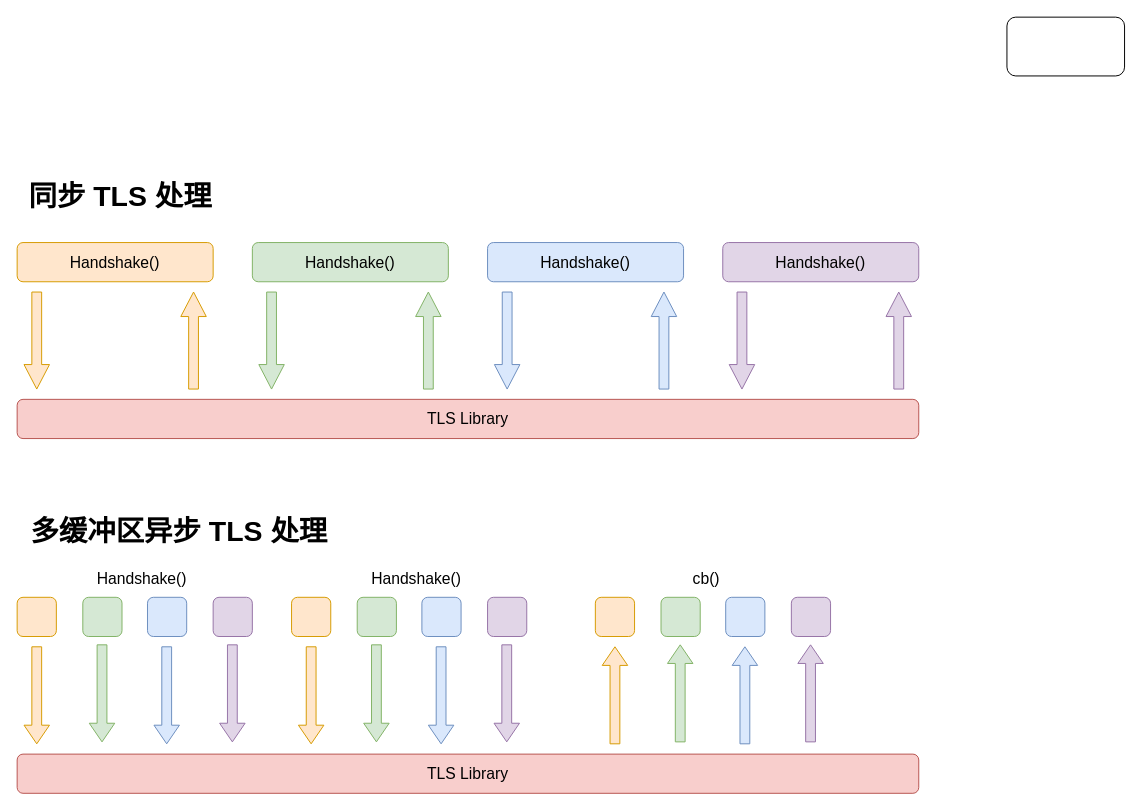
Earlier version of the draw.io diagram Untitled Diagram.drawio (wehyy/my-world). Source tidied: cells renumbered, new cells numbered last; positions are measured from the earlier drawing's top-left corner, leaving out a move shared by most shapes. Both pictures are drawn from the tidied source at 98%, with x=0, y=0 at pixel (17, 17).
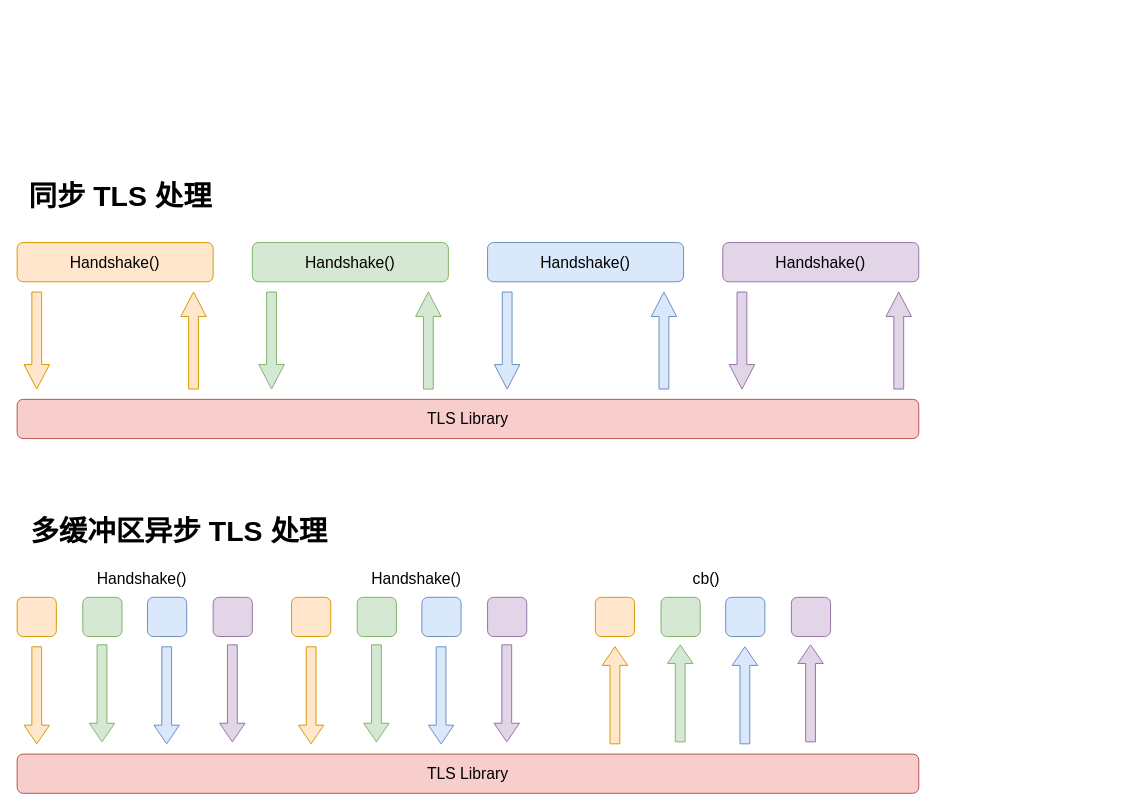
The same page after the edit.

Diff of the diagram source:
```diff
@@
-    <mxCell id="2" style="rounded=1;whiteSpace=wrap;html=1;" parent="1" vertex="1">
-      <mxGeometry x="1010" width="120" height="60" as="geometry" />
-    </mxCell>
```
